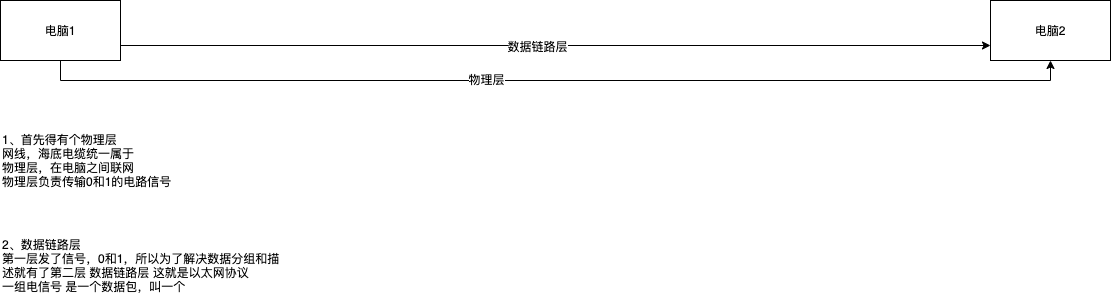
The draw.io diagram cs/tcp-ip-model.png in sivanbil/architecthure-diagram, before a commit. Source tidied: cells renumbered, new cells last; positions are measured from the earlier drawing's top-left corner, leaving out a move shared by most shapes.
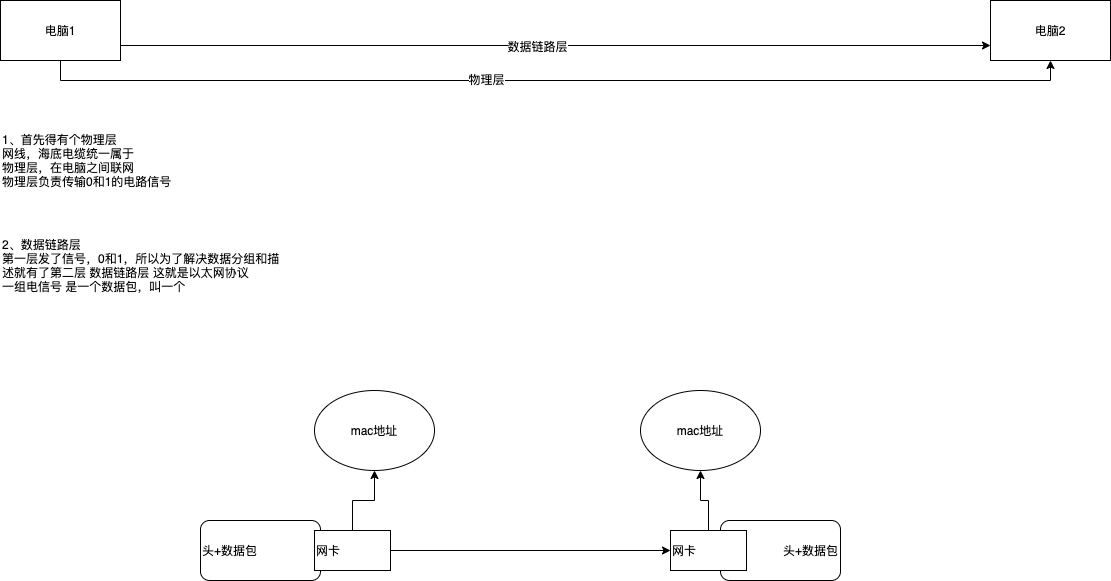
After the change.

What changed in the source:
```diff
@@ -26,5 +26,32 @@
     <mxCell id="9" value="2、数据链路层 &lt;br&gt;第一层发了信号，0和1，所以为了解决数据分组和描述就有了第二层 数据链路层 这就是以太网协议&lt;br&gt;一组电信号 是一个数据包，叫一个" style="text;html=1;strokeColor=none;fillColor=none;align=left;verticalAlign=middle;whiteSpace=wrap;rounded=0;" parent="1" vertex="1">
       <mxGeometry y="230" width="280" height="70" as="geometry" />
     </mxCell>
+    <mxCell id="10" value="头+数据包" style="rounded=1;whiteSpace=wrap;html=1;align=left;" parent="1" vertex="1">
+      <mxGeometry x="200" y="520" width="120" height="60" as="geometry" />
+    </mxCell>
+    <mxCell id="11" value="&lt;span&gt;头+数据包&lt;/span&gt;" style="rounded=1;whiteSpace=wrap;html=1;align=right;" parent="1" vertex="1">
+      <mxGeometry x="720" y="520" width="120" height="60" as="geometry" />
+    </mxCell>
+    <mxCell id="12" style="edgeStyle=orthogonalEdgeStyle;rounded=0;jettySize=auto;html=1;exitX=1;exitY=0.5;exitDx=0;exitDy=0;entryX=0;entryY=0.5;entryDx=0;entryDy=0;" parent="1" edge="1" source="14" target="16">
+      <mxGeometry relative="1" as="geometry" />
+    </mxCell>
+    <mxCell id="13" style="edgeStyle=orthogonalEdgeStyle;rounded=0;jettySize=auto;html=1;exitX=0.5;exitY=0;exitDx=0;exitDy=0;" parent="1" edge="1" source="14" target="17">
+      <mxGeometry relative="1" as="geometry" />
+    </mxCell>
+    <mxCell id="14" value="网卡" style="rounded=0;whiteSpace=wrap;html=1;align=left;" parent="1" vertex="1">
+      <mxGeometry x="314" y="530" width="76" height="40" as="geometry" />
+    </mxCell>
+    <mxCell id="15" style="edgeStyle=orthogonalEdgeStyle;rounded=0;jettySize=auto;html=1;exitX=0.5;exitY=0;exitDx=0;exitDy=0;entryX=0.5;entryY=1;entryDx=0;entryDy=0;" parent="1" edge="1" source="16" target="18">
+      <mxGeometry relative="1" as="geometry" />
+    </mxCell>
+    <mxCell id="16" value="网卡" style="rounded=0;whiteSpace=wrap;html=1;align=left;" parent="1" vertex="1">
+      <mxGeometry x="670" y="530" width="76" height="40" as="geometry" />
+    </mxCell>
+    <mxCell id="17" value="mac地址" style="ellipse;whiteSpace=wrap;html=1;align=center;" parent="1" vertex="1">
+      <mxGeometry x="314" y="390" width="120" height="80" as="geometry" />
+    </mxCell>
+    <mxCell id="18" value="mac地址" style="ellipse;whiteSpace=wrap;html=1;align=center;" parent="1" vertex="1">
+      <mxGeometry x="640" y="390" width="120" height="80" as="geometry" />
+    </mxCell>
   </root>
 </mxGraphModel>
```
